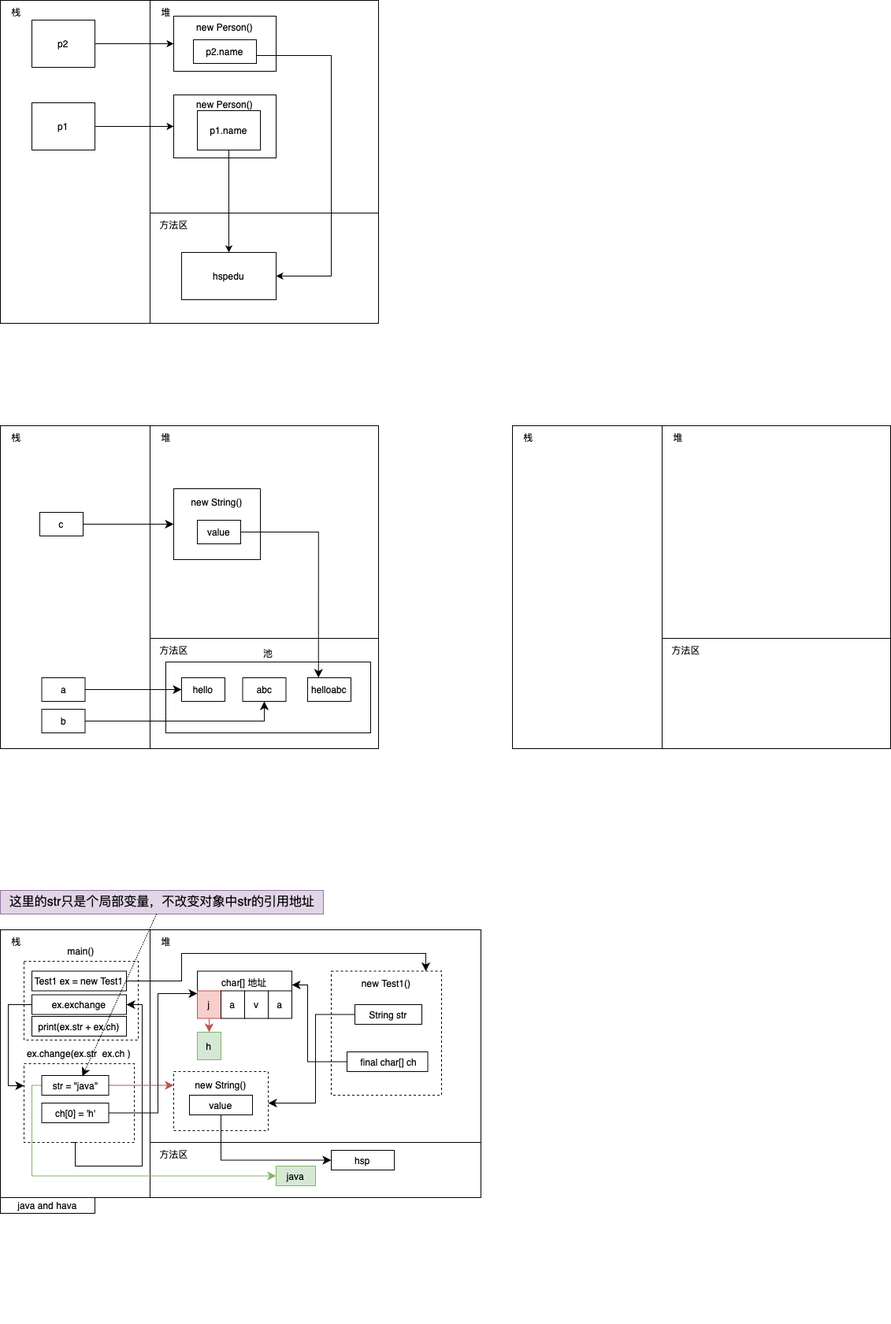
This is drawio/White.png from Stolorzs/Picgo, a draw.io export, as it was before one commit. Source tidied: cells renumbered, new cells last; positions are measured from the earlier drawing's top-left corner, leaving out a move shared by most shapes.
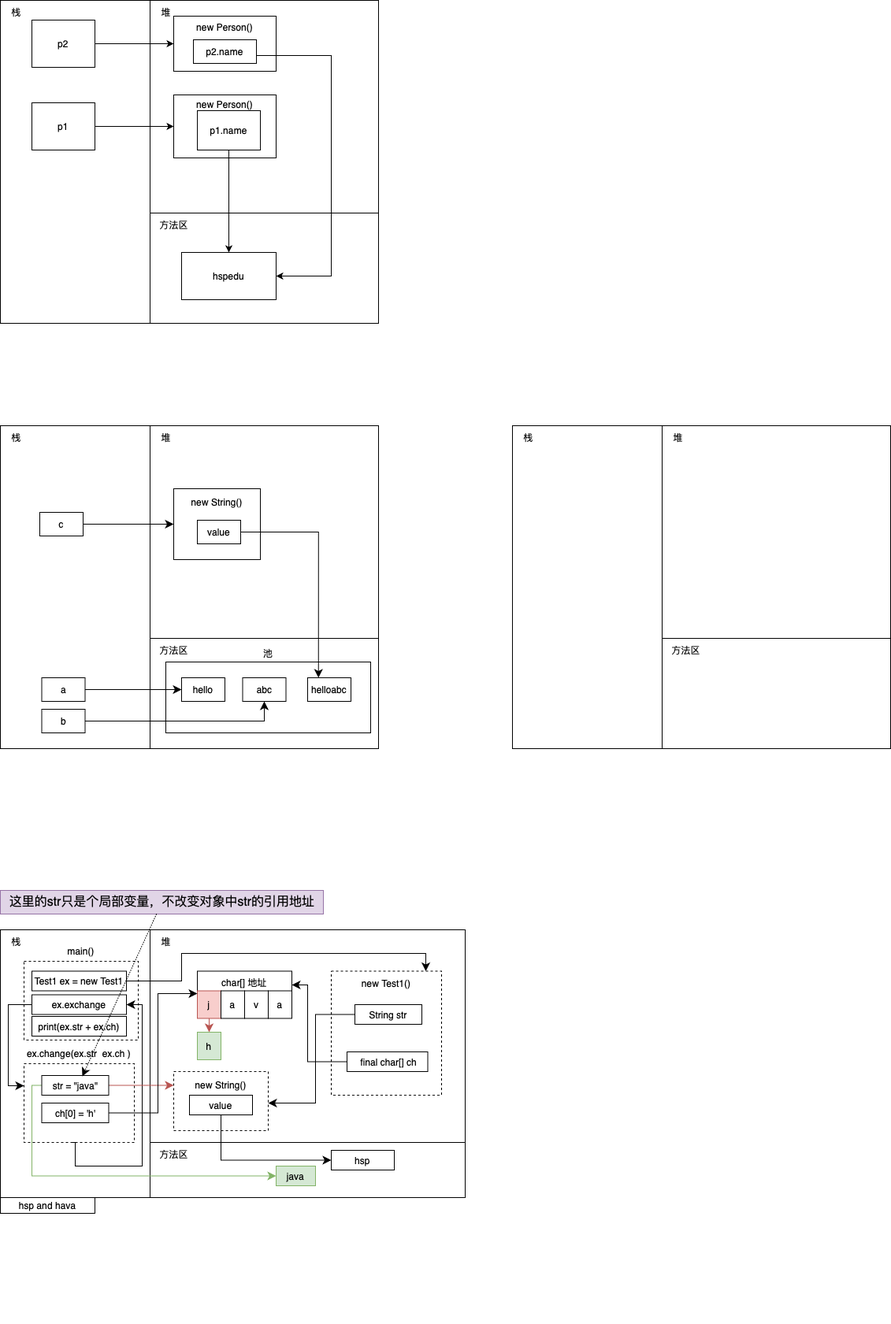
Above is the later version.

What changed in the source:
```diff
@@ -6,10 +6,10 @@
       <mxGeometry y="1180" width="620" height="500" as="geometry" />
     </mxCell>
     <mxCell id="3" style="rounded=0;whiteSpace=wrap;html=1;labelBackgroundColor=none;" parent="2" vertex="1">
-      <mxGeometry x="190" y="270" width="420" height="70" as="geometry" />
+      <mxGeometry x="190" y="270" width="400" height="70" as="geometry" />
     </mxCell>
     <mxCell id="4" style="rounded=0;whiteSpace=wrap;html=1;labelBackgroundColor=none;" parent="2" vertex="1">
-      <mxGeometry x="190" width="420" height="270" as="geometry" />
+      <mxGeometry x="190" width="400" height="270" as="geometry" />
     </mxCell>
     <mxCell id="5" style="rounded=0;whiteSpace=wrap;html=1;labelBackgroundColor=none;" parent="2" vertex="1">
       <mxGeometry width="190" height="340" as="geometry" />
@@ -211,7 +211,7 @@
     <mxCell id="64" value="java" style="rounded=0;whiteSpace=wrap;html=1;fillColor=#d5e8d4;strokeColor=#82b366;" parent="1" vertex="1">
       <mxGeometry x="350" y="1480" width="50" height="25" as="geometry" />
     </mxCell>
-    <mxCell id="65" value="java and hava" style="rounded=0;whiteSpace=wrap;html=1;" parent="1" vertex="1">
+    <mxCell id="65" value="hsp and hava" style="rounded=0;whiteSpace=wrap;html=1;" parent="1" vertex="1">
       <mxGeometry y="1520" width="120" height="20" as="geometry" />
     </mxCell>
     <mxCell id="66" style="edgeStyle=none;curved=1;rounded=0;jettySize=auto;html=1;fontSize=12;startSize=8;endSize=8;fillColor=#f8cecc;strokeColor=#b85450;" parent="1" edge="1" source="67" target="81">
```
